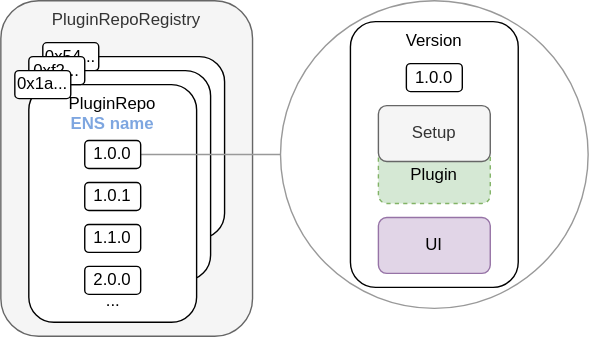
aragon/osx keeps this draw.io diagram as packages/contracts/docs/core/01-how-it-works/02-the-dao-framework/02-plugin-repository/plugin-repo-overview.drawio.svg. Above is the earlier version. Source tidied: cells renumbered, new cells last; positions are measured from the earlier drawing's top-left corner, leaving out a move shared by most shapes. Source of this version:
```xml
<mxGraphModel>
  <root>
    <mxCell id="0" />
    <mxCell id="1" parent="0" />
    <mxCell id="2" style="ellipse;whiteSpace=wrap;html=1;labelBorderColor=default;fontColor=#7EA6E0;strokeColor=#999999;" parent="1" vertex="1">
      <mxGeometry x="200" width="220" height="220" as="geometry" />
    </mxCell>
    <mxCell id="3" value="Version" style="rounded=1;whiteSpace=wrap;html=1;verticalAlign=top;strokeColor=#000000;align=center;" parent="1" vertex="1">
      <mxGeometry x="250" y="15" width="120" height="190" as="geometry" />
    </mxCell>
    <mxCell id="4" value="PluginRepoRegistry" style="rounded=1;whiteSpace=wrap;html=1;fillColor=#f5f5f5;strokeColor=#666666;fontColor=#333333;verticalAlign=top;" parent="1" vertex="1">
      <mxGeometry width="180" height="240" as="geometry" />
    </mxCell>
    <mxCell id="5" style="rounded=1;whiteSpace=wrap;html=1;" parent="1" vertex="1">
      <mxGeometry x="40" y="40" width="120" height="130" as="geometry" />
    </mxCell>
    <mxCell id="6" value="0x54..." style="rounded=1;whiteSpace=wrap;html=1;verticalAlign=middle;strokeColor=#000000;" parent="1" vertex="1">
      <mxGeometry x="30" y="30" width="40" height="20" as="geometry" />
    </mxCell>
    <mxCell id="7" style="rounded=1;whiteSpace=wrap;html=1;" parent="1" vertex="1">
      <mxGeometry x="30" y="50" width="120" height="150" as="geometry" />
    </mxCell>
    <mxCell id="8" value="PluginRepo&lt;br&gt;&lt;font color=&quot;#7ea6e0&quot;&gt;&lt;b&gt;ENS name&lt;/b&gt;&lt;/font&gt;" style="rounded=1;whiteSpace=wrap;html=1;verticalAlign=top;strokeColor=#000000;align=center;" parent="1" vertex="1">
      <mxGeometry x="20" y="60" width="120" height="170" as="geometry" />
    </mxCell>
    <mxCell id="9" style="rounded=0;jettySize=auto;html=1;exitX=1;exitY=0.5;exitDx=0;exitDy=0;fontColor=#7EA6E0;startArrow=none;startFill=0;endArrow=none;endFill=0;strokeColor=#999999;" parent="1" edge="1" source="14" target="2">
      <mxGeometry relative="1" as="geometry" />
    </mxCell>
    <mxCell id="10" value="1.0.1" style="rounded=1;whiteSpace=wrap;html=1;verticalAlign=middle;strokeColor=#000000;" parent="1" vertex="1">
      <mxGeometry x="60" y="130" width="40" height="20" as="geometry" />
    </mxCell>
    <mxCell id="11" value="1.1.0" style="rounded=1;whiteSpace=wrap;html=1;verticalAlign=middle;strokeColor=#000000;" parent="1" vertex="1">
      <mxGeometry x="60" y="160" width="40" height="20" as="geometry" />
    </mxCell>
    <mxCell id="12" value="2.0.0" style="rounded=1;whiteSpace=wrap;html=1;verticalAlign=middle;strokeColor=#000000;" parent="1" vertex="1">
      <mxGeometry x="60" y="190" width="40" height="20" as="geometry" />
    </mxCell>
    <mxCell id="13" value="..." style="text;html=1;align=center;verticalAlign=middle;strokeColor=none;fillColor=none;" parent="1" vertex="1">
      <mxGeometry x="65" y="200" width="30" height="30" as="geometry" />
    </mxCell>
    <mxCell id="14" value="1.0.0" style="rounded=1;whiteSpace=wrap;html=1;verticalAlign=middle;strokeColor=#000000;" parent="1" vertex="1">
      <mxGeometry x="60" y="100" width="40" height="20" as="geometry" />
    </mxCell>
    <mxCell id="15" value="0xf2..." style="rounded=1;whiteSpace=wrap;html=1;verticalAlign=middle;strokeColor=#000000;" parent="1" vertex="1">
      <mxGeometry x="20" y="40" width="40" height="20" as="geometry" />
    </mxCell>
    <mxCell id="16" value="0x1a..." style="rounded=1;whiteSpace=wrap;html=1;verticalAlign=middle;strokeColor=#000000;" parent="1" vertex="1">
      <mxGeometry x="10" y="50" width="40" height="20" as="geometry" />
    </mxCell>
    <mxCell id="17" value="Plugin" style="rounded=1;whiteSpace=wrap;html=1;fillColor=#d5e8d4;strokeColor=#82b366;glass=0;sketch=0;shadow=0;dashed=1;" parent="1" vertex="1">
      <mxGeometry x="270" y="105" width="80" height="40" as="geometry" />
    </mxCell>
    <mxCell id="18" value="Setup" style="rounded=1;whiteSpace=wrap;html=1;fillColor=#f5f5f5;strokeColor=#666666;fontColor=#333333;" parent="1" vertex="1">
      <mxGeometry x="270" y="75" width="80" height="40" as="geometry" />
    </mxCell>
    <mxCell id="19" value="1.0.0" style="rounded=1;whiteSpace=wrap;html=1;verticalAlign=middle;" parent="1" vertex="1">
      <mxGeometry x="290" y="45" width="40" height="20" as="geometry" />
    </mxCell>
    <mxCell id="20" value="UI" style="rounded=1;whiteSpace=wrap;html=1;fillColor=#e1d5e7;strokeColor=#9673a6;" parent="1" vertex="1">
      <mxGeometry x="270" y="155" width="80" height="40" as="geometry" />
    </mxCell>
  </root>
</mxGraphModel>
```
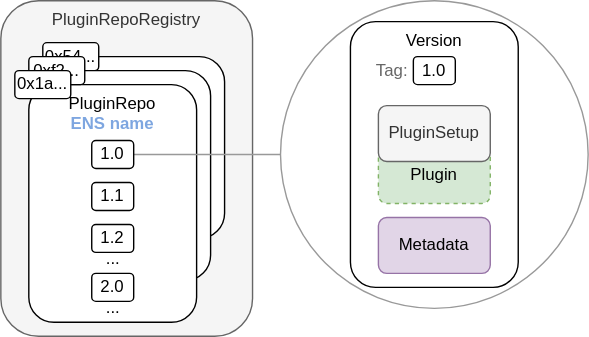
After the commit.

What changed in the source:
```diff
@@ -26,20 +26,20 @@
     <mxCell id="9" style="rounded=0;jettySize=auto;html=1;exitX=1;exitY=0.5;exitDx=0;exitDy=0;fontColor=#7EA6E0;startArrow=none;startFill=0;endArrow=none;endFill=0;strokeColor=#999999;" parent="1" edge="1" source="14" target="2">
       <mxGeometry relative="1" as="geometry" />
     </mxCell>
-    <mxCell id="10" value="1.0.1" style="rounded=1;whiteSpace=wrap;html=1;verticalAlign=middle;strokeColor=#000000;" parent="1" vertex="1">
-      <mxGeometry x="60" y="130" width="40" height="20" as="geometry" />
+    <mxCell id="10" value="1.1" style="rounded=1;whiteSpace=wrap;html=1;verticalAlign=middle;strokeColor=#000000;" parent="1" vertex="1">
+      <mxGeometry x="65" y="130" width="30" height="20" as="geometry" />
     </mxCell>
-    <mxCell id="11" value="1.1.0" style="rounded=1;whiteSpace=wrap;html=1;verticalAlign=middle;strokeColor=#000000;" parent="1" vertex="1">
-      <mxGeometry x="60" y="160" width="40" height="20" as="geometry" />
+    <mxCell id="11" value="1.2" style="rounded=1;whiteSpace=wrap;html=1;verticalAlign=middle;strokeColor=#000000;" parent="1" vertex="1">
+      <mxGeometry x="65" y="160" width="30" height="20" as="geometry" />
     </mxCell>
-    <mxCell id="12" value="2.0.0" style="rounded=1;whiteSpace=wrap;html=1;verticalAlign=middle;strokeColor=#000000;" parent="1" vertex="1">
-      <mxGeometry x="60" y="190" width="40" height="20" as="geometry" />
+    <mxCell id="12" value="2.0" style="rounded=1;whiteSpace=wrap;html=1;verticalAlign=middle;strokeColor=#000000;" parent="1" vertex="1">
+      <mxGeometry x="65" y="195" width="30" height="20" as="geometry" />
     </mxCell>
     <mxCell id="13" value="..." style="text;html=1;align=center;verticalAlign=middle;strokeColor=none;fillColor=none;" parent="1" vertex="1">
-      <mxGeometry x="65" y="200" width="30" height="30" as="geometry" />
+      <mxGeometry x="65" y="205" width="30" height="30" as="geometry" />
     </mxCell>
-    <mxCell id="14" value="1.0.0" style="rounded=1;whiteSpace=wrap;html=1;verticalAlign=middle;strokeColor=#000000;" parent="1" vertex="1">
-      <mxGeometry x="60" y="100" width="40" height="20" as="geometry" />
+    <mxCell id="14" value="1.0" style="rounded=1;whiteSpace=wrap;html=1;verticalAlign=middle;strokeColor=#000000;" parent="1" vertex="1">
+      <mxGeometry x="65" y="100" width="30" height="20" as="geometry" />
     </mxCell>
     <mxCell id="15" value="0xf2..." style="rounded=1;whiteSpace=wrap;html=1;verticalAlign=middle;strokeColor=#000000;" parent="1" vertex="1">
       <mxGeometry x="20" y="40" width="40" height="20" as="geometry" />
@@ -50,14 +50,20 @@
     <mxCell id="17" value="Plugin" style="rounded=1;whiteSpace=wrap;html=1;fillColor=#d5e8d4;strokeColor=#82b366;glass=0;sketch=0;shadow=0;dashed=1;" parent="1" vertex="1">
       <mxGeometry x="270" y="105" width="80" height="40" as="geometry" />
     </mxCell>
-    <mxCell id="18" value="Setup" style="rounded=1;whiteSpace=wrap;html=1;fillColor=#f5f5f5;strokeColor=#666666;fontColor=#333333;" parent="1" vertex="1">
+    <mxCell id="18" value="PluginSetup" style="rounded=1;whiteSpace=wrap;html=1;fillColor=#f5f5f5;strokeColor=#666666;fontColor=#333333;" parent="1" vertex="1">
       <mxGeometry x="270" y="75" width="80" height="40" as="geometry" />
     </mxCell>
-    <mxCell id="19" value="1.0.0" style="rounded=1;whiteSpace=wrap;html=1;verticalAlign=middle;" parent="1" vertex="1">
-      <mxGeometry x="290" y="45" width="40" height="20" as="geometry" />
+    <mxCell id="19" value="1.0" style="rounded=1;whiteSpace=wrap;html=1;verticalAlign=middle;" parent="1" vertex="1">
+      <mxGeometry x="295" y="40" width="30" height="20" as="geometry" />
     </mxCell>
-    <mxCell id="20" value="UI" style="rounded=1;whiteSpace=wrap;html=1;fillColor=#e1d5e7;strokeColor=#9673a6;" parent="1" vertex="1">
+    <mxCell id="20" value="Metadata" style="rounded=1;whiteSpace=wrap;html=1;fillColor=#e1d5e7;strokeColor=#9673a6;" parent="1" vertex="1">
       <mxGeometry x="270" y="155" width="80" height="40" as="geometry" />
     </mxCell>
+    <mxCell id="21" value="..." style="text;html=1;align=center;verticalAlign=middle;strokeColor=none;fillColor=none;" parent="1" vertex="1">
+      <mxGeometry x="65" y="170" width="30" height="30" as="geometry" />
+    </mxCell>
+    <mxCell id="22" value="Tag:" style="rounded=1;whiteSpace=wrap;html=1;verticalAlign=middle;fillColor=none;strokeColor=none;fontColor=#666666;" parent="1" vertex="1">
+      <mxGeometry x="265" y="40" width="30" height="20" as="geometry" />
+    </mxCell>
   </root>
 </mxGraphModel>
```
